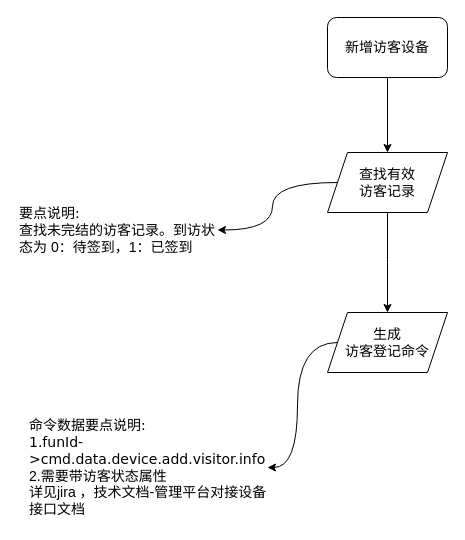
Above: page "新增访客设备-有效访客记录下发" (13 of 13) of 访客功能-线下平台和设备交互流程.drawio in chwnjianhui/draw.io (draw.io), before the change. Source tidied: cells renumbered, new cells numbered last; positions are measured from the earlier drawing's top-left corner, leaving out a move shared by most shapes. Both pictures are drawn from the tidied source at 100%, with x=0, y=0 at pixel (17, 17).
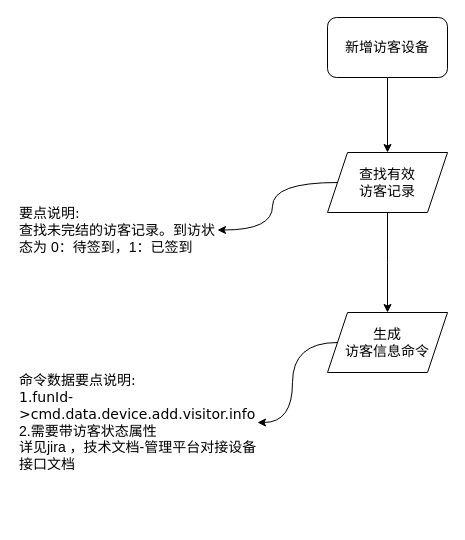
Above is the later version.

Commit message:
更新访客功能-线下平台和设备交互流程.drawio

What changed in the source:
```diff
@@
 <mxGraphModel>
   <root>
     <mxCell id="0" />
     <mxCell id="1" parent="0" />
     <mxCell id="2" style="edgeStyle=orthogonalEdgeStyle;rounded=0;jettySize=auto;html=1;fontSize=16;entryX=0.5;entryY=0;entryDx=0;entryDy=0;" parent="1" edge="1" source="3" target="6">
       <mxGeometry relative="1" as="geometry" />
     </mxCell>
     <mxCell id="3" value="新增访客设备" style="rounded=1;whiteSpace=wrap;html=1;fontSize=14;fillColor=#FFFFFF;" parent="1" vertex="1">
       <mxGeometry x="310" width="120" height="60" as="geometry" />
     </mxCell>
     <mxCell id="4" style="edgeStyle=orthogonalEdgeStyle;curved=1;rounded=0;jettySize=auto;html=1;exitX=0;exitY=0.5;exitDx=0;exitDy=0;fontSize=14;entryX=1;entryY=0.5;entryDx=0;entryDy=0;" parent="1" edge="1" source="6" target="7">
       <mxGeometry relative="1" as="geometry" />
     </mxCell>
     <mxCell id="5" style="edgeStyle=orthogonalEdgeStyle;rounded=0;jettySize=auto;html=1;" parent="1" edge="1" source="6">
       <mxGeometry relative="1" as="geometry">
         <mxPoint x="370" y="295" as="targetPoint" />
       </mxGeometry>
     </mxCell>
     <mxCell id="6" value="查找有效&lt;br&gt;访客记录" style="shape=parallelogram;perimeter=parallelogramPerimeter;whiteSpace=wrap;html=1;fixedSize=1;fontSize=14;fillColor=#FFFFFF;" parent="1" vertex="1">
       <mxGeometry x="310" y="135" width="120" height="60" as="geometry" />
     </mxCell>
     <mxCell id="7" value="&lt;font style=&quot;border-color: var(--border-color);&quot; face=&quot;Verdana&quot;&gt;要点说明:&lt;/font&gt;&lt;br style=&quot;border-color: var(--border-color);&quot;&gt;&lt;div style=&quot;border-color: var(--border-color);&quot;&gt;查找未完结的访客记录。到访状态为 0：待签到，1：已签到&lt;/div&gt;" style="text;html=1;strokeColor=none;fillColor=none;align=left;verticalAlign=middle;whiteSpace=wrap;rounded=0;fontSize=14;" parent="1" vertex="1">
       <mxGeometry y="155" width="200" height="115" as="geometry" />
     </mxCell>
     <mxCell id="8" style="edgeStyle=orthogonalEdgeStyle;curved=1;rounded=0;jettySize=auto;html=1;exitX=0;exitY=0.5;exitDx=0;exitDy=0;entryX=1;entryY=0.5;entryDx=0;entryDy=0;fontSize=14;" parent="1" edge="1" source="9" target="10">
       <mxGeometry relative="1" as="geometry" />
     </mxCell>
-    <mxCell id="9" value="生成&lt;br&gt;访客登记命令" style="shape=parallelogram;perimeter=parallelogramPerimeter;whiteSpace=wrap;html=1;fixedSize=1;fontSize=14;fillColor=#FFFFFF;" parent="1" vertex="1">
+    <mxCell id="9" value="生成&lt;br&gt;访客信息命令" style="shape=parallelogram;perimeter=parallelogramPerimeter;whiteSpace=wrap;html=1;fixedSize=1;fontSize=14;fillColor=#FFFFFF;" parent="1" vertex="1">
       <mxGeometry x="310" y="295" width="120" height="60" as="geometry" />
     </mxCell>
     <mxCell id="10" value="&lt;font face=&quot;Verdana&quot;&gt;命令数据要点说明:&lt;/font&gt;&lt;br&gt;&lt;font face=&quot;Verdana&quot;&gt;1.funId-&amp;gt;&lt;/font&gt;&lt;font face=&quot;Verdana&quot;&gt;cmd.data.device.add.visitor.info&lt;br&gt;&lt;/font&gt;2.需要带访客状态属性&lt;br&gt;详见jira ，技术文档-管理平台对接设备接口文档" style="text;html=1;strokeColor=none;fillColor=none;align=left;verticalAlign=middle;whiteSpace=wrap;rounded=0;fontSize=14;" parent="1" vertex="1">
-      <mxGeometry x="10" y="395" width="240" height="110" as="geometry" />
+      <mxGeometry y="350" width="240" height="110" as="geometry" />
     </mxCell>
   </root>
 </mxGraphModel>
```
